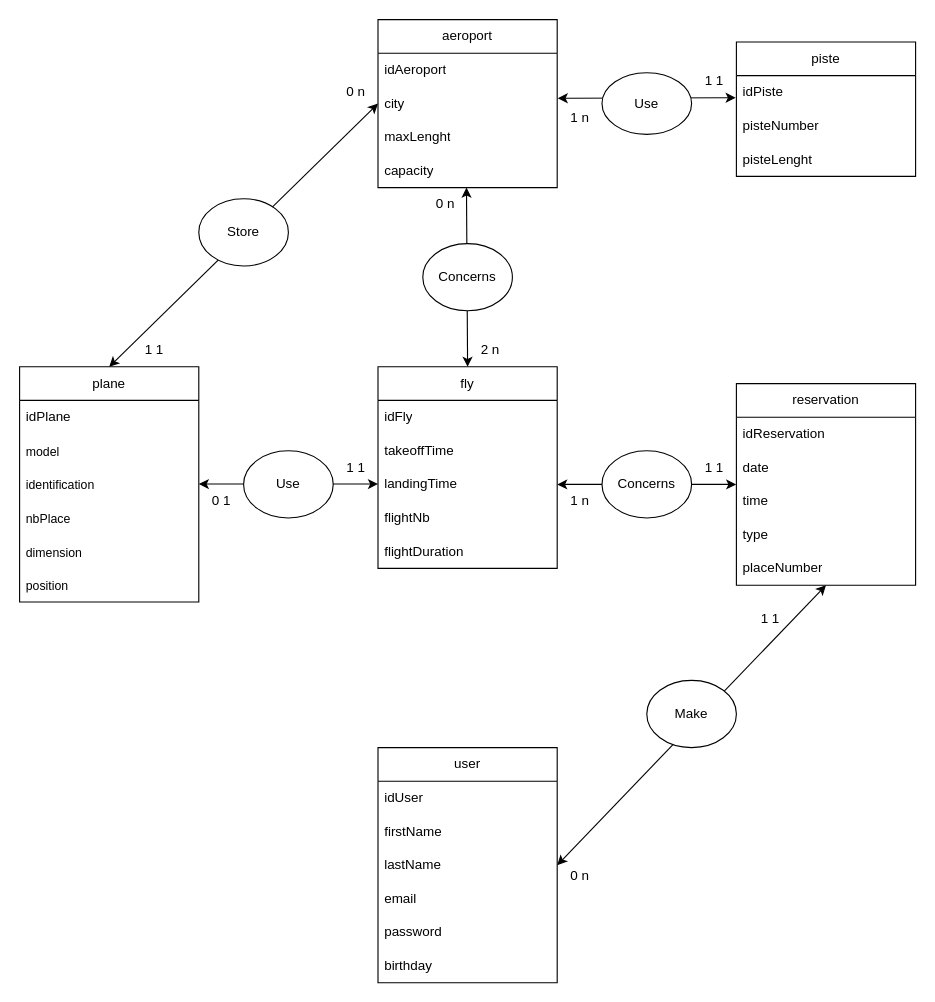
Earlier version of the draw.io diagram MCD Flying Web.drawio (Evan-Duval/Flying-Web). Source tidied: cells renumbered, new cells numbered last; positions are measured from the earlier drawing's top-left corner, leaving out a move shared by most shapes. Both pictures are drawn from the tidied source at 112%, with x=0, y=0 at pixel (19, 19).
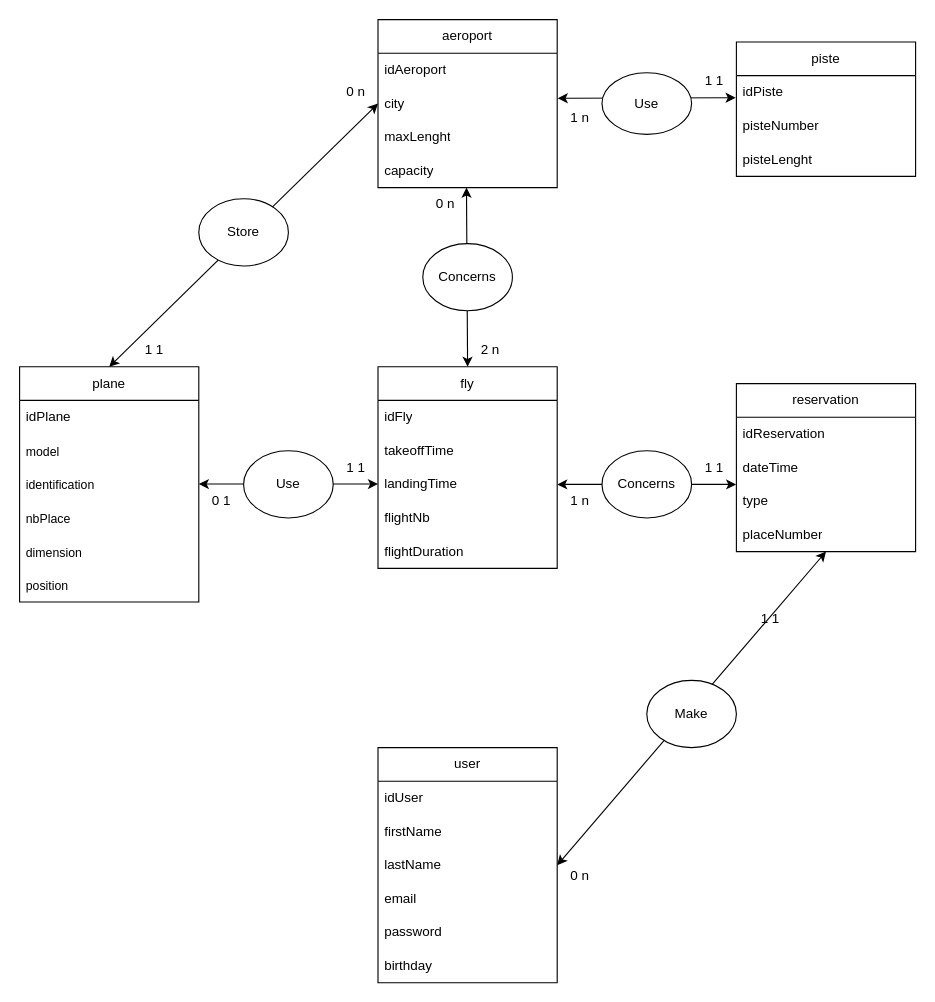
The same page after the edit.

Commit message:
Mettre à jour MCD Flying Web.drawio

The change refers to these unchanged cells:
```xml
<mxCell id="17" value="landingTime" style="text;strokeColor=none;fillColor=none;align=left;verticalAlign=middle;spacingLeft=4;spacingRight=4;overflow=hidden;points=[[0,0.5],[1,0.5]];portConstraint=eastwest;whiteSpace=wrap;html=1;" parent="14" vertex="1">
  <mxGeometry y="90" width="160" height="30" as="geometry" />
</mxCell>
```

What changed in the source:
```diff
@@
-    <mxCell id="27" style="endArrow=classic;startArrow=classic;html=1;rounded=0;exitX=1;exitY=0.5;exitDx=0;exitDy=0;entryX=-0.001;entryY=0;entryDx=0;entryDy=0;entryPerimeter=0;" parent="1" edge="1" source="17" target="46">
-      <mxGeometry relative="1" as="geometry" />
+    <mxCell id="27" style="endArrow=classic;startArrow=classic;html=1;rounded=0;exitX=1;exitY=0.5;exitDx=0;exitDy=0;entryX=-0.001;entryY=0;entryDx=0;entryDy=0;entryPerimeter=0;" parent="1" edge="1" source="17">
+      <mxGeometry relative="1" as="geometry">
+        <mxPoint x="639.8" y="415" as="targetPoint" />
+      </mxGeometry>
     </mxCell>
@@
     <mxCell id="43" value="reservation" style="swimlane;fontStyle=0;horizontal=1;startSize=30;whiteSpace=wrap;html=1;" parent="1" vertex="1">
-      <mxGeometry x="640" y="325" width="160" height="180" as="geometry" />
+      <mxGeometry x="640" y="325" width="160" height="150" as="geometry" />
     </mxCell>
@@
-    <mxCell id="45" value="date" style="text;strokeColor=none;fillColor=none;align=left;verticalAlign=middle;spacingLeft=4;spacingRight=4;overflow=hidden;whiteSpace=wrap;html=1;" parent="43" vertex="1">
+    <mxCell id="45" value="dateTime" style="text;strokeColor=none;fillColor=none;align=left;verticalAlign=middle;spacingLeft=4;spacingRight=4;overflow=hidden;whiteSpace=wrap;html=1;" parent="43" vertex="1">
       <mxGeometry y="60" width="160" height="30" as="geometry" />
     </mxCell>
-    <mxCell id="46" value="time" style="text;strokeColor=none;fillColor=none;align=left;verticalAlign=middle;spacingLeft=4;spacingRight=4;overflow=hidden;points=[[0,0.5],[1,0.5]];portConstraint=eastwest;whiteSpace=wrap;html=1;" parent="43" vertex="1">
-      <mxGeometry y="90" width="160" height="30" as="geometry" />
-    </mxCell>
     <mxCell id="47" value="type" style="text;strokeColor=none;fillColor=none;align=left;verticalAlign=middle;spacingLeft=4;spacingRight=4;overflow=hidden;whiteSpace=wrap;html=1;" parent="43" vertex="1">
-      <mxGeometry y="120" width="160" height="30" as="geometry" />
+      <mxGeometry y="90" width="160" height="30" as="geometry" />
     </mxCell>
     <mxCell id="48" value="placeNumber" style="text;strokeColor=none;fillColor=none;align=left;verticalAlign=middle;spacingLeft=4;spacingRight=4;overflow=hidden;whiteSpace=wrap;html=1;" parent="43" vertex="1">
-      <mxGeometry y="150" width="160" height="30" as="geometry" />
+      <mxGeometry y="120" width="160" height="30" as="geometry" />
     </mxCell>
```
